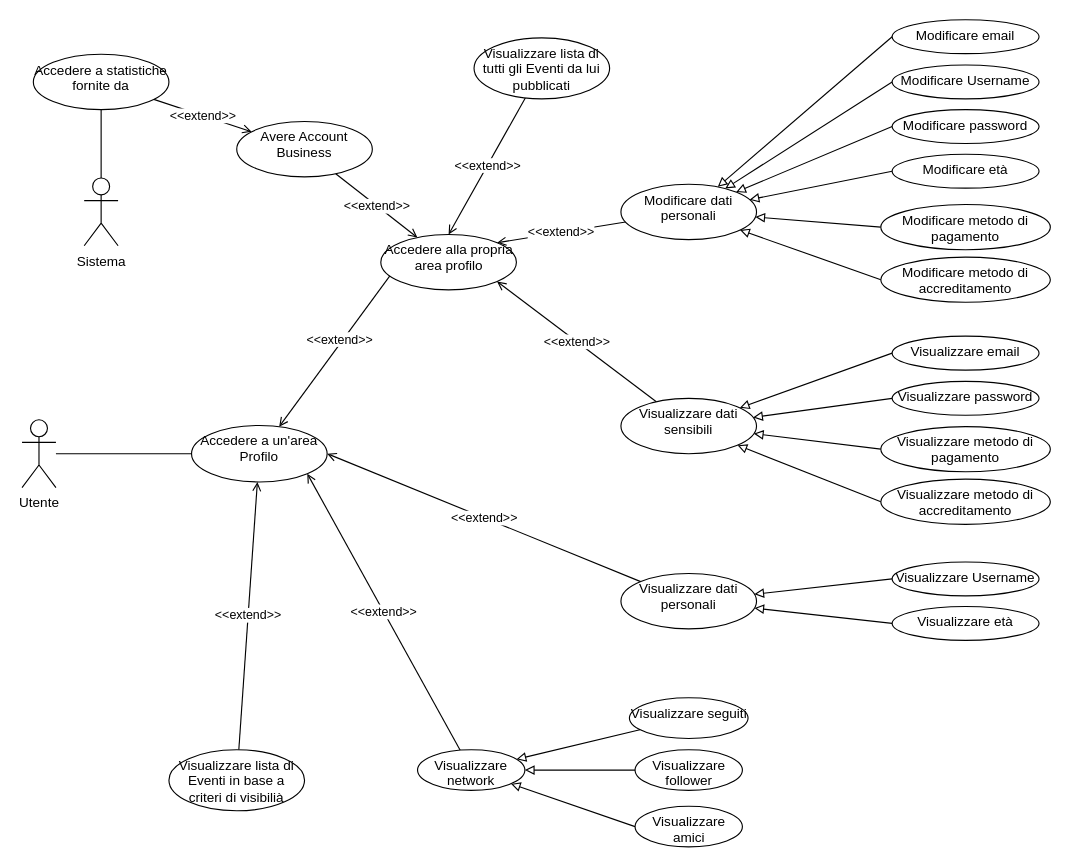
This is UseCase/RF04_Profilo/Profilo.drawio from 4spot-team/documentation, a draw.io file, before an edit. Source tidied: cells renumbered, new cells numbered last; positions are measured from the earlier drawing's top-left corner, leaving out a move shared by most shapes. Both pictures are drawn from the tidied source at 113%, with x=0, y=0 at pixel (21, 19).
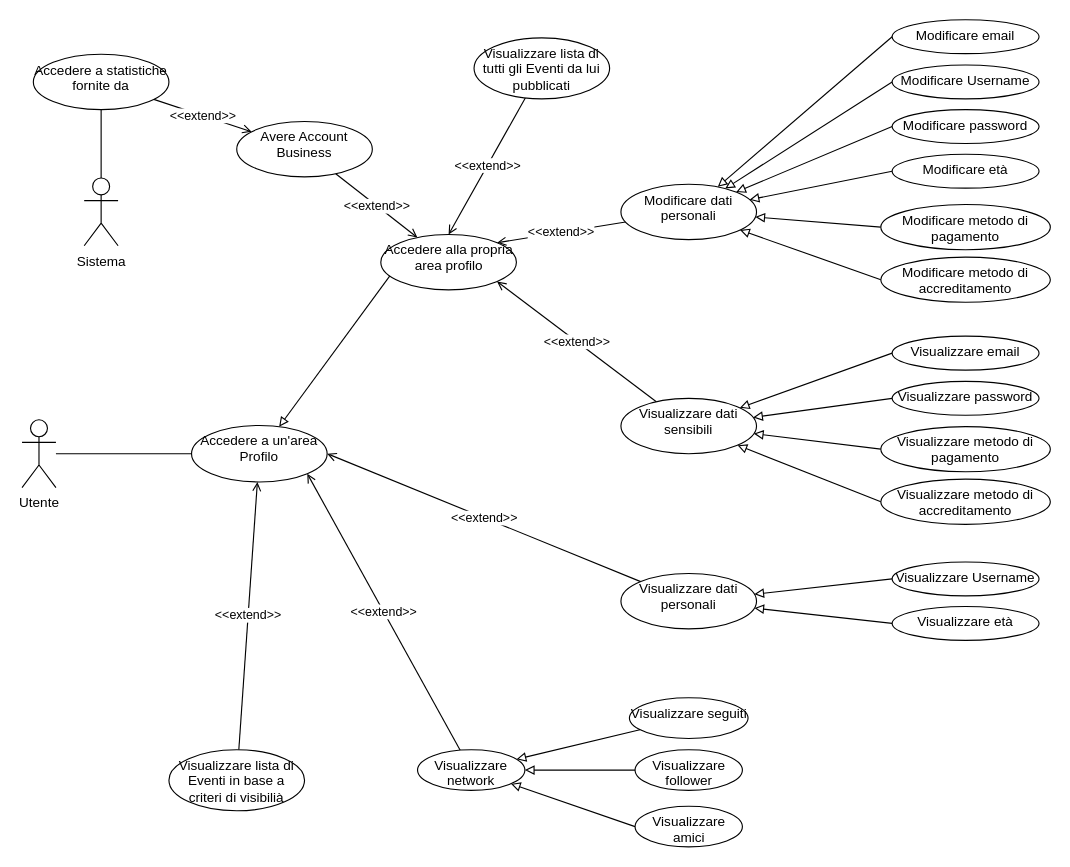
The same page after the edit.

Unchanged cells that the change refers to:
```xml
<mxCell id="7" value="Accedere a un'area Profilo" style="ellipse;whiteSpace=wrap;html=1;verticalAlign=top;" parent="1" vertex="1">
  <mxGeometry x="150" y="359" width="120" height="50" as="geometry" />
</mxCell>
<mxCell id="21" value="Accedere alla propria area profilo" style="ellipse;whiteSpace=wrap;html=1;verticalAlign=top;" parent="1" vertex="1">
  <mxGeometry x="317.5" y="190" width="120" height="49" as="geometry" />
</mxCell>
```

Change to the diagram source:
```diff
@@
-    <mxCell id="4" style="edgeStyle=none;rounded=0;jettySize=auto;html=1;endArrow=open;endFill=0;exitX=0.072;exitY=0.73;exitDx=0;exitDy=0;exitPerimeter=0;" parent="1" edge="1" source="21" target="7">
+    <mxCell id="4" style="edgeStyle=none;rounded=0;jettySize=auto;html=1;endArrow=block;endFill=0;exitX=0.072;exitY=0.73;exitDx=0;exitDy=0;exitPerimeter=0;" parent="1" edge="1" source="21" target="7">
       <mxGeometry relative="1" as="geometry" />
     </mxCell>
-    <mxCell id="5" value="&amp;lt;&amp;lt;extend&amp;gt;&amp;gt;" style="edgeLabel;html=1;align=center;verticalAlign=middle;" parent="4" vertex="1">
-      <mxGeometry x="-0.12" y="-3" relative="1" as="geometry" />
-    </mxCell>
```
